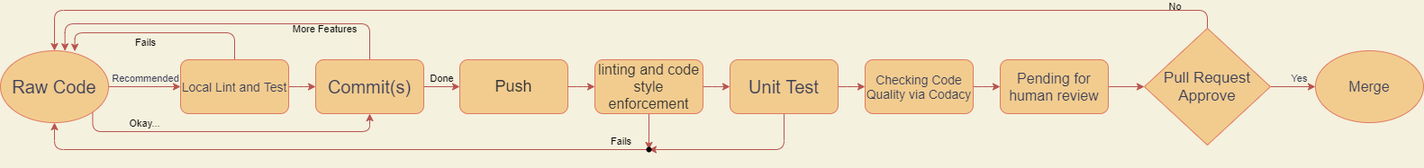
Earlier version of the draw.io export admin/cipipeline/phase1.drawio.png (12DaysOfCoding/WeTheFoodies). Source tidied: cells renumbered, new cells last; positions are measured from the earlier drawing's top-left corner, leaving out a move shared by most shapes.
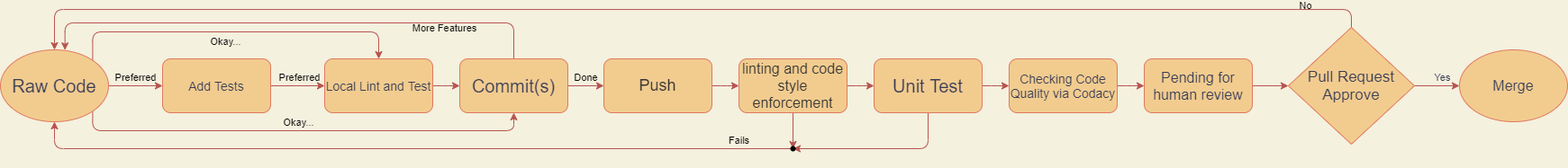
The same diagram one commit later.

Diff of the diagram source:
```diff
@@ -14,7 +14,7 @@
       <mxGeometry relative="1" as="geometry">
         <Array as="points">
           <mxPoint x="410" />
-          <mxPoint x="72" />
+          <mxPoint x="-88" />
         </Array>
       </mxGeometry>
     </mxCell>
@@ -54,29 +54,42 @@
     <mxCell id="14" value="&lt;font style=&quot;font-size: 16px&quot;&gt;Pending for human review&lt;/font&gt;" style="whiteSpace=wrap;html=1;fillColor=#F2CC8F;strokeColor=#E07A5F;fontColor=#393C56;rounded=1;" parent="1" vertex="1">
       <mxGeometry x="1110" y="40" width="120" height="60" as="geometry" />
     </mxCell>
+    <mxCell id="37" style="edgeStyle=orthogonalEdgeStyle;rounded=1;jettySize=auto;html=1;startArrow=none;startFill=0;endArrow=classic;endFill=1;fillColor=#f8cecc;strokeColor=#b85450;" parent="1" edge="1" source="19" target="43">
+      <mxGeometry relative="1" as="geometry" />
+    </mxCell>
+    <mxCell id="38" value="Preferred" style="edgeLabel;html=1;align=center;verticalAlign=middle;labelBackgroundColor=none;" parent="37" vertex="1">
+      <mxGeometry x="0.31" relative="1" as="geometry">
+        <mxPoint x="-9" y="-10" as="offset" />
+      </mxGeometry>
+    </mxCell>
-    <mxCell id="15" style="edgeStyle=orthogonalEdgeStyle;rounded=1;jettySize=auto;html=1;fillColor=#f8cecc;strokeColor=#b85450;" parent="1" edge="1" source="19" target="31">
-      <mxGeometry relative="1" as="geometry" />
+    <mxCell id="15" style="edgeStyle=orthogonalEdgeStyle;rounded=1;jettySize=auto;html=1;exitX=1;exitY=0;exitDx=0;exitDy=0;entryX=0.5;entryY=0;entryDx=0;entryDy=0;startArrow=none;startFill=0;endArrow=classic;endFill=1;fillColor=#f8cecc;strokeColor=#b85450;" parent="1" edge="1" source="19" target="31">
+      <mxGeometry relative="1" as="geometry">
+        <Array as="points">
+          <mxPoint x="-58" y="10" />
+          <mxPoint x="260" y="10" />
+        </Array>
+      </mxGeometry>
     </mxCell>
-    <mxCell id="16" value="&lt;span style=&quot;color: rgb(57 , 60 , 86)&quot;&gt;&lt;font style=&quot;font-size: 11px&quot;&gt;Recommended&lt;/font&gt;&lt;/span&gt;" style="edgeLabel;html=1;align=center;verticalAlign=middle;labelBackgroundColor=none;" parent="15" vertex="1">
-      <mxGeometry x="0.25" relative="1" as="geometry">
-        <mxPoint x="-10" y="-10" as="offset" />
-      </mxGeometry>
-    </mxCell>
+    <mxCell id="39" value="Okay..." style="edgeLabel;html=1;align=center;verticalAlign=middle;labelBackgroundColor=none;" parent="15" vertex="1">
+      <mxGeometry x="-0.22" y="2" relative="1" as="geometry">
+        <mxPoint x="32" y="12" as="offset" />
+      </mxGeometry>
+    </mxCell>
-    <mxCell id="17" style="edgeStyle=orthogonalEdgeStyle;rounded=1;jettySize=auto;html=1;exitX=1;exitY=1;exitDx=0;exitDy=0;entryX=0.5;entryY=1;entryDx=0;entryDy=0;fillColor=#f8cecc;strokeColor=#b85450;" parent="1" edge="1" source="19" target="6">
+    <mxCell id="17" style="edgeStyle=orthogonalEdgeStyle;rounded=1;jettySize=auto;html=1;exitX=1;exitY=1;exitDx=0;exitDy=0;entryX=0.5;entryY=1;entryDx=0;entryDy=0;startArrow=none;startFill=0;endArrow=classic;endFill=1;fillColor=#f8cecc;strokeColor=#b85450;" parent="1" edge="1" source="19" target="6">
       <mxGeometry relative="1" as="geometry">
         <Array as="points">
-          <mxPoint x="102" y="120" />
+          <mxPoint x="-58" y="120" />
           <mxPoint x="410" y="120" />
         </Array>
       </mxGeometry>
     </mxCell>
-    <mxCell id="18" value="Okay..." style="edgeLabel;html=1;align=center;verticalAlign=middle;labelBackgroundColor=none;" parent="17" vertex="1">
-      <mxGeometry x="0.05" y="-2" relative="1" as="geometry">
-        <mxPoint x="-105" y="-12" as="offset" />
-      </mxGeometry>
-    </mxCell>
+    <mxCell id="40" value="Okay..." style="edgeLabel;html=1;align=center;verticalAlign=middle;labelBackgroundColor=none;" parent="17" vertex="1">
+      <mxGeometry x="0.29" y="-1" relative="1" as="geometry">
+        <mxPoint x="-80" y="-11" as="offset" />
+      </mxGeometry>
+    </mxCell>
     <mxCell id="19" value="&lt;font style=&quot;font-size: 20px&quot;&gt;Raw Code&lt;/font&gt;" style="ellipse;whiteSpace=wrap;html=1;fillColor=#F2CC8F;strokeColor=#E07A5F;fontColor=#393C56;" parent="1" vertex="1">
-      <mxGeometry y="30" width="120" height="80" as="geometry" />
+      <mxGeometry x="-160" y="30" width="120" height="80" as="geometry" />
     </mxCell>
     <mxCell id="20" value="&lt;font style=&quot;font-size: 16px&quot;&gt;Merge&lt;/font&gt;" style="ellipse;whiteSpace=wrap;html=1;rounded=0;sketch=0;fontColor=#393C56;strokeColor=#E07A5F;fillColor=#F2CC8F;" parent="1" vertex="1">
       <mxGeometry x="1460" y="30" width="120" height="80" as="geometry" />
@@ -106,19 +119,6 @@
     <mxCell id="27" value="&lt;span style=&quot;font-size: 17px&quot;&gt;Pull Request Approve&lt;/span&gt;" style="rhombus;whiteSpace=wrap;html=1;rounded=0;sketch=0;fontColor=#393C56;strokeColor=#E07A5F;fillColor=#F2CC8F;" parent="1" vertex="1">
       <mxGeometry x="1270" y="5" width="140" height="130" as="geometry" />
     </mxCell>
-    <mxCell id="28" style="edgeStyle=orthogonalEdgeStyle;rounded=1;jettySize=auto;html=1;entryX=0.688;entryY=0.008;entryDx=0;entryDy=0;entryPerimeter=0;fillColor=#f8cecc;strokeColor=#b85450;exitX=0.5;exitY=0;exitDx=0;exitDy=0;" parent="1" edge="1" source="31" target="19">
-      <mxGeometry relative="1" as="geometry">
-        <Array as="points">
-          <mxPoint x="260" y="10" />
-          <mxPoint x="83" y="10" />
-        </Array>
-      </mxGeometry>
-    </mxCell>
-    <mxCell id="29" value="Fails" style="edgeLabel;html=1;align=center;verticalAlign=middle;labelBackgroundColor=none;" parent="28" vertex="1">
-      <mxGeometry x="-0.27" relative="1" as="geometry">
-        <mxPoint x="-47" y="10" as="offset" />
-      </mxGeometry>
-    </mxCell>
     <mxCell id="30" style="edgeStyle=orthogonalEdgeStyle;rounded=1;jettySize=auto;html=1;fillColor=#f8cecc;strokeColor=#b85450;" parent="1" edge="1" source="31" target="6">
       <mxGeometry relative="1" as="geometry" />
     </mxCell>
@@ -142,5 +142,16 @@
     <mxCell id="36" style="shape=waypoint;sketch=0;fillStyle=solid;size=6;points=[];fillColor=none;perimeter=centerPerimeter;snapToPoint=1;labelBackgroundColor=none;" parent="1" vertex="1">
       <mxGeometry x="700" y="120" width="40" height="40" as="geometry" />
     </mxCell>
+    <mxCell id="41" style="edgeStyle=orthogonalEdgeStyle;rounded=1;jettySize=auto;html=1;startArrow=none;startFill=0;endArrow=classic;endFill=1;fillColor=#f8cecc;strokeColor=#b85450;" parent="1" edge="1" source="43" target="31">
+      <mxGeometry relative="1" as="geometry" />
+    </mxCell>
+    <mxCell id="42" value="Preferred" style="edgeLabel;html=1;align=center;verticalAlign=middle;labelBackgroundColor=none;" parent="41" vertex="1">
+      <mxGeometry x="-0.71" relative="1" as="geometry">
+        <mxPoint x="23" y="-10" as="offset" />
+      </mxGeometry>
+    </mxCell>
+    <mxCell id="43" value="&lt;span style=&quot;font-size: 14px&quot;&gt;Add Tests&lt;br&gt;&lt;/span&gt;" style="whiteSpace=wrap;html=1;fillColor=#F2CC8F;strokeColor=#E07A5F;fontColor=#393C56;rounded=1;fontSize=16;" parent="1" vertex="1">
+      <mxGeometry x="20" y="40" width="120" height="60" as="geometry" />
+    </mxCell>
   </root>
 </mxGraphModel>
```
